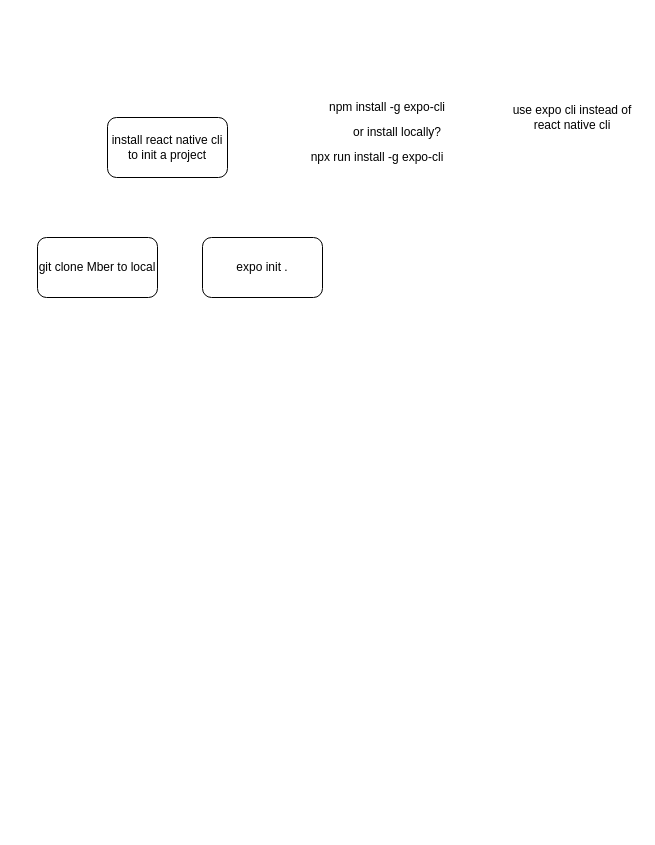
Above: page "01 - setup" (1 of 8) of diagram.drawio in f2xiao/Mber (draw.io), before the change. Source tidied: cells renumbered, new cells numbered last; positions are measured from the earlier drawing's top-left corner, leaving out a move shared by most shapes. Both pictures are drawn from the tidied source at 100%, with x=0, y=0 at pixel (37, 97).
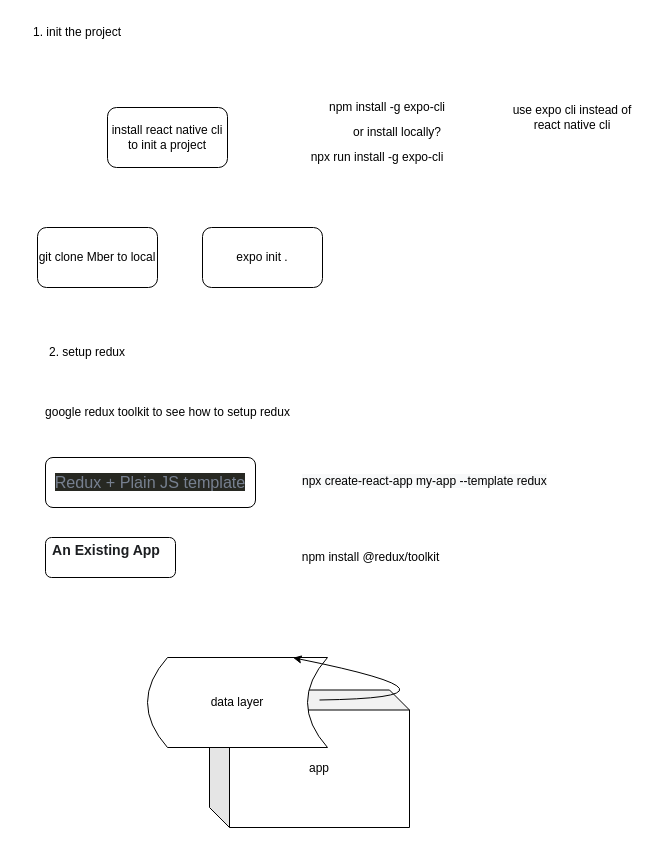
Above is the later version.

The edit, as a diff of the source:
```diff
@@
+    <mxCell id="9" value="app" style="shape=cube;whiteSpace=wrap;html=1;boundedLbl=1;backgroundOutline=1;darkOpacity=0.05;darkOpacity2=0.1;" parent="1" vertex="1">
+      <mxGeometry x="172" y="592.5" width="200" height="137.5" as="geometry" />
+    </mxCell>
     <mxCell id="2" value="install react native cli to init a project" style="rounded=1;whiteSpace=wrap;html=1;" parent="1" vertex="1">
-      <mxGeometry x="70" y="20" width="120" height="60" as="geometry" />
+      <mxGeometry x="70" y="10" width="120" height="60" as="geometry" />
     </mxCell>
@@
     <mxCell id="6" value="expo init ." style="rounded=1;whiteSpace=wrap;html=1;" parent="1" vertex="1">
-      <mxGeometry x="165" y="140" width="120" height="60" as="geometry" />
+      <mxGeometry x="165" y="130" width="120" height="60" as="geometry" />
     </mxCell>
     <mxCell id="7" value="git clone Mber to local" style="rounded=1;whiteSpace=wrap;html=1;" parent="1" vertex="1">
-      <mxGeometry y="140" width="120" height="60" as="geometry" />
+      <mxGeometry y="130" width="120" height="60" as="geometry" />
     </mxCell>
@@
+    <mxCell id="10" value="google redux toolkit to see how to setup redux" style="text;html=1;strokeColor=none;fillColor=none;align=center;verticalAlign=middle;whiteSpace=wrap;rounded=0;" parent="1" vertex="1">
+      <mxGeometry x="-2" y="280" width="265" height="70" as="geometry" />
+    </mxCell>
+    <mxCell id="11" value="&lt;span style=&quot;color: rgb(119 , 128 , 144) ; font-size: 16.15px ; background-color: rgb(39 , 40 , 34)&quot;&gt;Redux + Plain JS template&lt;/span&gt;" style="rounded=1;whiteSpace=wrap;html=1;" parent="1" vertex="1">
+      <mxGeometry x="8" y="360" width="210" height="50" as="geometry" />
+    </mxCell>
+    <mxCell id="12" value="&lt;h3 class=&quot;anchor anchorWithStickyNavbar_23Bc&quot; id=&quot;an-existing-app&quot; style=&quot;box-sizing: border-box ; color: rgb(28 , 30 , 33) ; font-family: , , &amp;quot;segoe ui&amp;quot; , &amp;quot;roboto&amp;quot; , &amp;quot;ubuntu&amp;quot; , &amp;quot;cantarell&amp;quot; , &amp;quot;noto sans&amp;quot; , sans-serif , &amp;quot;blinkmacsystemfont&amp;quot; , &amp;quot;segoe ui&amp;quot; , &amp;quot;helvetica&amp;quot; , &amp;quot;arial&amp;quot; , sans-serif , &amp;quot;apple color emoji&amp;quot; , &amp;quot;segoe ui emoji&amp;quot; , &amp;quot;segoe ui symbol&amp;quot;&quot;&gt;An Existing App&lt;a class=&quot;hash-link&quot; href=&quot;https://redux-toolkit.js.org/introduction/getting-started#an-existing-app&quot; title=&quot;Direct link to heading&quot; style=&quot;box-sizing: border-box ; opacity: 1 ; padding-left: 0.5rem&quot;&gt;&lt;/a&gt;&lt;/h3&gt;&lt;div&gt;&lt;br&gt;&lt;/div&gt;" style="rounded=1;whiteSpace=wrap;html=1;" parent="1" vertex="1">
+      <mxGeometry x="8" y="440" width="130" height="40" as="geometry" />
+    </mxCell>
+    <mxCell id="13" value="&lt;span style=&quot;color: rgb(0, 0, 0); font-family: helvetica; font-size: 12px; font-style: normal; font-weight: 400; letter-spacing: normal; text-align: center; text-indent: 0px; text-transform: none; word-spacing: 0px; background-color: rgb(248, 249, 250); display: inline; float: none;&quot;&gt;npx create-react-app my-app --template redux&lt;/span&gt;" style="text;whiteSpace=wrap;html=1;" parent="1" vertex="1">
+      <mxGeometry x="263" y="370" width="270" height="30" as="geometry" />
+    </mxCell>
+    <mxCell id="14" value="npm install @redux/toolkit" style="text;html=1;align=center;verticalAlign=middle;strokeColor=none;fillColor=none;" parent="1" vertex="1">
+      <mxGeometry x="258" y="450" width="150" height="20" as="geometry" />
+    </mxCell>
+    <mxCell id="15" value="1. init the project" style="text;html=1;strokeColor=none;fillColor=none;align=center;verticalAlign=middle;whiteSpace=wrap;rounded=0;" parent="1" vertex="1">
+      <mxGeometry x="-20" y="-80" width="120" height="30" as="geometry" />
+    </mxCell>
+    <mxCell id="16" value="2. setup redux" style="text;html=1;strokeColor=none;fillColor=none;align=center;verticalAlign=middle;whiteSpace=wrap;rounded=0;" parent="1" vertex="1">
+      <mxGeometry x="-10" y="240" width="120" height="30" as="geometry" />
+    </mxCell>
+    <mxCell id="17" value="data layer" style="shape=dataStorage;whiteSpace=wrap;html=1;fixedSize=1;" parent="1" vertex="1">
+      <mxGeometry x="110" y="560" width="180" height="90" as="geometry" />
+    </mxCell>
+    <mxCell id="18" style="curved=1;endArrow=classic;html=1;rounded=0;entryX=0.809;entryY=0.003;entryDx=0;entryDy=0;entryPerimeter=0;exitX=0;exitY=0;exitDx=110;exitDy=10;exitPerimeter=0;" parent="1" edge="1" source="9" target="17">
+      <mxGeometry relative="1" as="geometry">
+        <Array as="points">
+          <mxPoint x="452" y="600" />
+        </Array>
+      </mxGeometry>
+    </mxCell>
```
